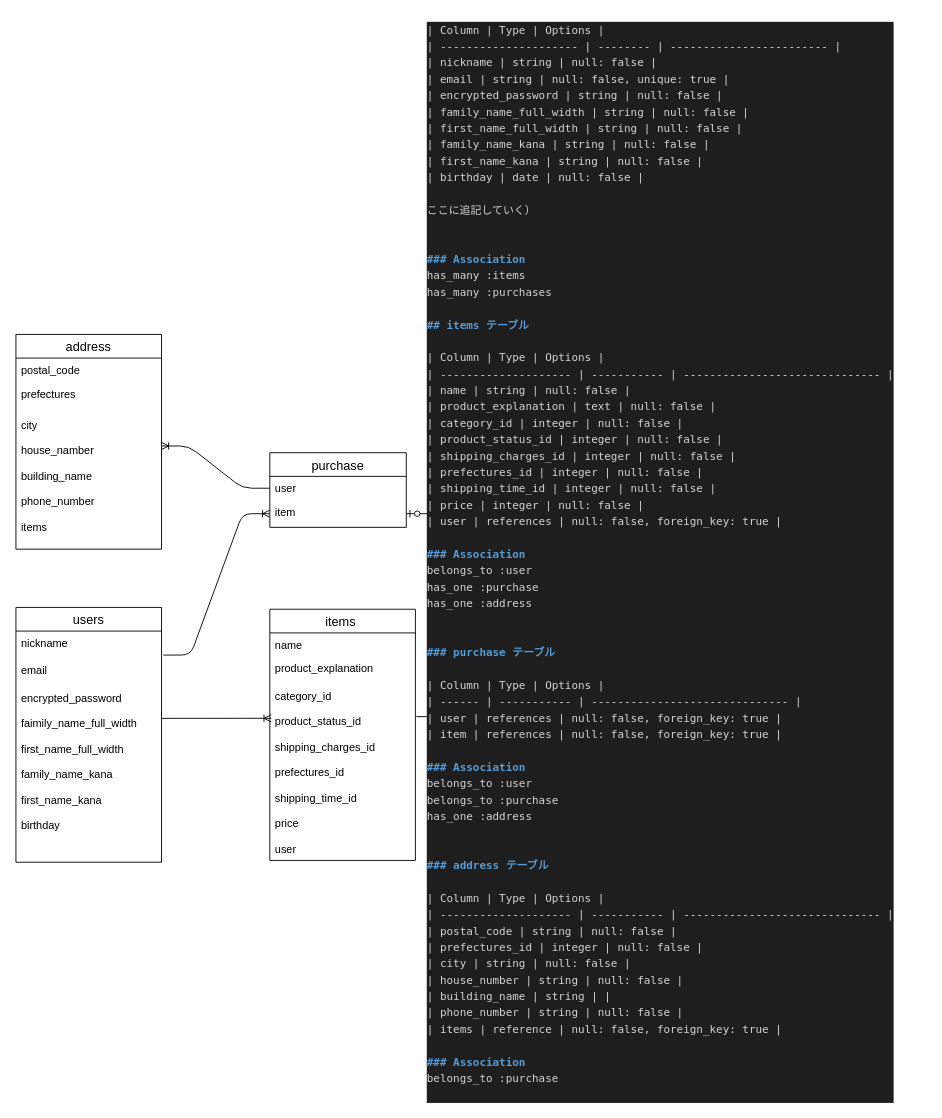
This is app/views/.dio from kuroitomu/furima-35604, a draw.io file, before an edit. Source tidied: cells renumbered, new cells numbered last; positions are measured from the earlier drawing's top-left corner, leaving out a move shared by most shapes. Both pictures are drawn from the tidied source at 91%, with x=0, y=0 at pixel (15, 15).
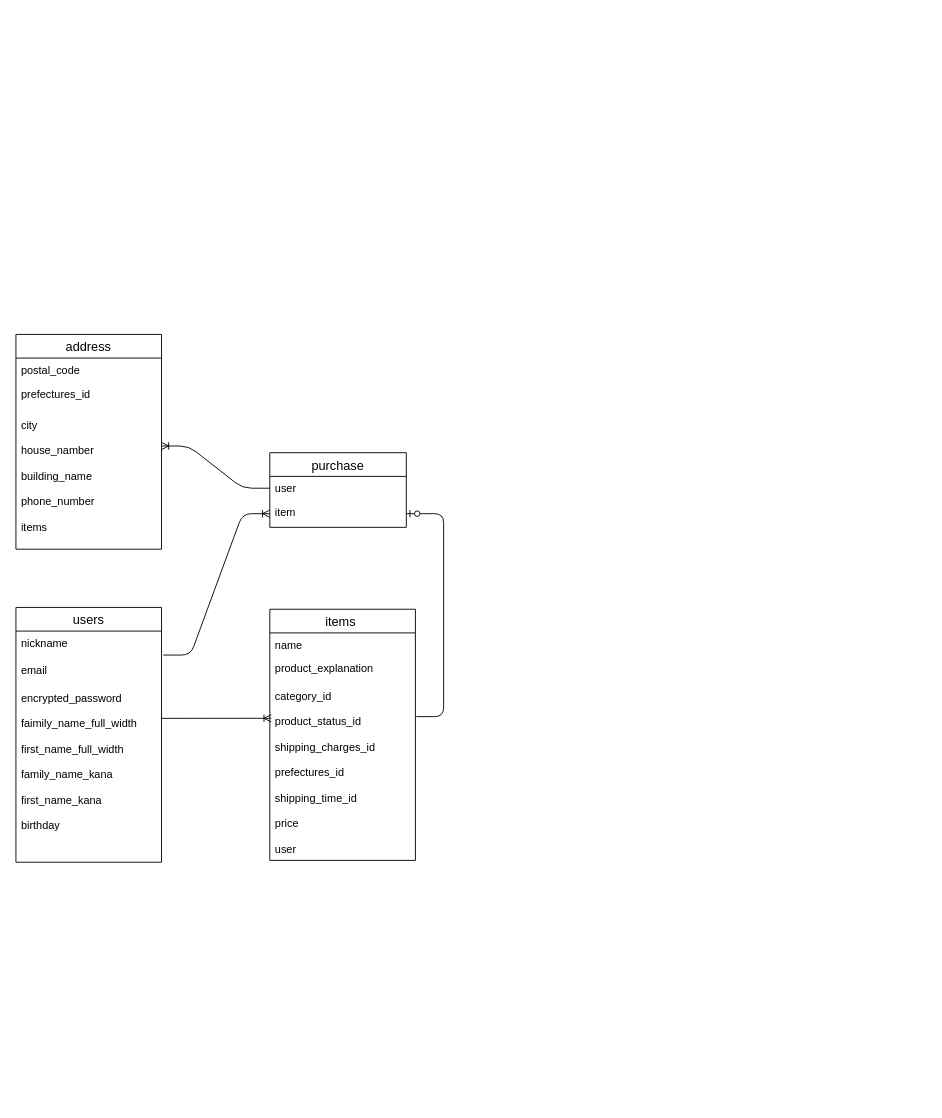
The same diagram, later.

Commit message:
ER図,README訂正７

The change refers to these unchanged cells:
```xml
<mxCell id="16" value="address" style="swimlane;fontStyle=0;horizontal=1;startSize=26;align=center;fontSize=14;" parent="1" vertex="1">
  <mxGeometry y="350" width="160" height="236" as="geometry" />
</mxCell>
```

Diff of the diagram source:
```diff
@@
-    <mxCell id="18" value="prefectures" style="text;strokeColor=none;fillColor=none;spacingLeft=4;spacingRight=4;overflow=hidden;fontSize=12;" parent="16" vertex="1">
+    <mxCell id="18" value="prefectures_id" style="text;strokeColor=none;fillColor=none;spacingLeft=4;spacingRight=4;overflow=hidden;fontSize=12;" parent="16" vertex="1">
       <mxGeometry y="52" width="160" height="34" as="geometry" />
     </mxCell>
@@
-    <mxCell id="24" value="&lt;div style=&quot;color: rgb(212, 212, 212); background-color: rgb(30, 30, 30); font-family: menlo, monaco, &amp;quot;courier new&amp;quot;, monospace; font-weight: normal; font-size: 12px; line-height: 18px;&quot;&gt;&lt;div&gt;&lt;span style=&quot;color: #d4d4d4&quot;&gt;|     Column             |    Type    |    Options                 |&lt;/span&gt;&lt;/div&gt;&lt;div&gt;&lt;span style=&quot;color: #d4d4d4&quot;&gt;| ---------------------  |  --------  |  ------------------------  |&lt;/span&gt;&lt;/div&gt;&lt;div&gt;&lt;span style=&quot;color: #d4d4d4&quot;&gt;| nickname               |   string   | null: false                |&lt;/span&gt;&lt;/div&gt;&lt;div&gt;&lt;span style=&quot;color: #d4d4d4&quot;&gt;| email                  |   string   | null: false, unique: true  |&lt;/span&gt;&lt;/div&gt;&lt;div&gt;&lt;span style=&quot;color: #d4d4d4&quot;&gt;| encrypted_password     |   string   | null: false                |&lt;/span&gt;&lt;/div&gt;&lt;div&gt;&lt;span style=&quot;color: #d4d4d4&quot;&gt;| family_name_full_width |   string   | null: false                |&lt;/span&gt;&lt;/div&gt;&lt;div&gt;&lt;span style=&quot;color: #d4d4d4&quot;&gt;| first_name_full_width  |   string   | null: false                |&lt;/span&gt;&lt;/div&gt;&lt;div&gt;&lt;span style=&quot;color: #d4d4d4&quot;&gt;| family_name_kana       |   string   | null: false                |&lt;/span&gt;&lt;/div&gt;&lt;div&gt;&lt;span style=&quot;color: #d4d4d4&quot;&gt;| first_name_kana        |   string   | null: false                |&lt;/span&gt;&lt;/div&gt;&lt;div&gt;&lt;span style=&quot;color: #d4d4d4&quot;&gt;| birthday               |   date     | null: false                |&lt;/span&gt;&lt;/div&gt;&lt;br&gt;&lt;div&gt;&lt;span style=&quot;color: #d4d4d4&quot;&gt;ここに追記していく）&lt;/span&gt;&lt;/div&gt;&lt;br&gt;&lt;br&gt;&lt;div&gt;&lt;span style=&quot;color: #569cd6 ; font-weight: bold&quot;&gt;### Association&lt;/span&gt;&lt;/div&gt;&lt;div&gt;&lt;span style=&quot;color: #d4d4d4&quot;&gt;  has_many :items&lt;/span&gt;&lt;/div&gt;&lt;div&gt;&lt;span style=&quot;color: #d4d4d4&quot;&gt;  has_many :purchases&lt;/span&gt;&lt;/div&gt;&lt;br&gt;&lt;div&gt;&lt;span style=&quot;color: #569cd6 ; font-weight: bold&quot;&gt;## items テーブル&lt;/span&gt;&lt;/div&gt;&lt;br&gt;&lt;div&gt;&lt;span style=&quot;color: #d4d4d4&quot;&gt;|     Column             |    Type      |    Options                       |&lt;/span&gt;&lt;/div&gt;&lt;div&gt;&lt;span style=&quot;color: #d4d4d4&quot;&gt;| --------------------   | -----------  |  ------------------------------  |&lt;/span&gt;&lt;/div&gt;&lt;div&gt;&lt;span style=&quot;color: #d4d4d4&quot;&gt;| name                   |  string      | null: false                      |&lt;/span&gt;&lt;/div&gt;&lt;div&gt;&lt;span style=&quot;color: #d4d4d4&quot;&gt;| product_explanation    |  text        | null: false                      |&lt;/span&gt;&lt;/div&gt;&lt;div&gt;&lt;span style=&quot;color: #d4d4d4&quot;&gt;| category_id            |  integer     | null: false                      |&lt;/span&gt;&lt;/div&gt;&lt;div&gt;&lt;span style=&quot;color: #d4d4d4&quot;&gt;| product_status_id      |  integer     | null: false                      |&lt;/span&gt;&lt;/div&gt;&lt;div&gt;&lt;span style=&quot;color: #d4d4d4&quot;&gt;| shipping_charges_id    |  integer     | null: false                      |&lt;/span&gt;&lt;/div&gt;&lt;div&gt;&lt;span style=&quot;color: #d4d4d4&quot;&gt;| prefectures_id         |  integer     | null: false                      |&lt;/span&gt;&lt;/div&gt;&lt;div&gt;&lt;span style=&quot;color: #d4d4d4&quot;&gt;| shipping_time_id       |  integer     | null: false                      |&lt;/span&gt;&lt;/div&gt;&lt;div&gt;&lt;span style=&quot;color: #d4d4d4&quot;&gt;| price                  |  integer     | null: false                      |&lt;/span&gt;&lt;/div&gt;&lt;div&gt;&lt;span style=&quot;color: #d4d4d4&quot;&gt;| user                   |  references  | null: false, foreign_key: true   |&lt;/span&gt;&lt;/div&gt;&lt;br&gt;&lt;div&gt;&lt;span style=&quot;color: #569cd6 ; font-weight: bold&quot;&gt;### Association&lt;/span&gt;&lt;/div&gt;&lt;div&gt;&lt;span style=&quot;color: #d4d4d4&quot;&gt;  belongs_to :user&lt;/span&gt;&lt;/div&gt;&lt;div&gt;&lt;span style=&quot;color: #d4d4d4&quot;&gt;  has_one    :purchase&lt;/span&gt;&lt;/div&gt;&lt;div&gt;&lt;span style=&quot;color: #d4d4d4&quot;&gt;  has_one    :address&lt;/span&gt;&lt;/div&gt;&lt;div&gt;&lt;span style=&quot;color: #d4d4d4&quot;&gt;  &lt;/span&gt;&lt;/div&gt;&lt;br&gt;&lt;br&gt;&lt;div&gt;&lt;span style=&quot;color: #569cd6 ; font-weight: bold&quot;&gt;### purchase テーブル&lt;/span&gt;&lt;/div&gt;&lt;br&gt;&lt;div&gt;&lt;span style=&quot;color: #d4d4d4&quot;&gt;| Column  |    Type      |    Options                       |&lt;/span&gt;&lt;/div&gt;&lt;div&gt;&lt;span style=&quot;color: #d4d4d4&quot;&gt;| ------  | -----------  |  ------------------------------  |&lt;/span&gt;&lt;/div&gt;&lt;div&gt;&lt;span style=&quot;color: #d4d4d4&quot;&gt;| user    |  references  | null: false, foreign_key: true   |&lt;/span&gt;&lt;/div&gt;&lt;div&gt;&lt;span style=&quot;color: #d4d4d4&quot;&gt;| item    |  references  | null: false, foreign_key: true   |&lt;/span&gt;&lt;/div&gt;&lt;br&gt;&lt;div&gt;&lt;span style=&quot;color: #569cd6 ; font-weight: bold&quot;&gt;### Association&lt;/span&gt;&lt;/div&gt;&lt;div&gt;&lt;span style=&quot;color: #d4d4d4&quot;&gt;  belongs_to :user&lt;/span&gt;&lt;/div&gt;&lt;div&gt;&lt;span style=&quot;color: #d4d4d4&quot;&gt;  belongs_to :purchase&lt;/span&gt;&lt;/div&gt;&lt;div&gt;&lt;span style=&quot;color: #d4d4d4&quot;&gt;  has_one :address&lt;/span&gt;&lt;/div&gt;&lt;br&gt;&lt;br&gt;&lt;div&gt;&lt;span style=&quot;color: #569cd6 ; font-weight: bold&quot;&gt;### address テーブル&lt;/span&gt;&lt;/div&gt;&lt;br&gt;&lt;div&gt;&lt;span style=&quot;color: #d4d4d4&quot;&gt;|     Column             |    Type      |    Options                       |&lt;/span&gt;&lt;/div&gt;&lt;div&gt;&lt;span style=&quot;color: #d4d4d4&quot;&gt;| --------------------   | -----------  |  ------------------------------  |&lt;/span&gt;&lt;/div&gt;&lt;div&gt;&lt;span style=&quot;color: #d4d4d4&quot;&gt;| postal_code            |  string      | null: false                      |&lt;/span&gt;&lt;/div&gt;&lt;div&gt;&lt;span style=&quot;color: #d4d4d4&quot;&gt;| prefectures_id         |  integer     | null: false                      |&lt;/span&gt;&lt;/div&gt;&lt;div&gt;&lt;span style=&quot;color: #d4d4d4&quot;&gt;| city                   |  string      | null: false                      |&lt;/span&gt;&lt;/div&gt;&lt;div&gt;&lt;span style=&quot;color: #d4d4d4&quot;&gt;| house_number           |  string      | null: false                      |&lt;/span&gt;&lt;/div&gt;&lt;div&gt;&lt;span style=&quot;color: #d4d4d4&quot;&gt;| building_name          |  string      |                                  |&lt;/span&gt;&lt;/div&gt;&lt;div&gt;&lt;span style=&quot;color: #d4d4d4&quot;&gt;| phone_number           |  string      | null: false                      |&lt;/span&gt;&lt;/div&gt;&lt;div&gt;&lt;span style=&quot;color: #d4d4d4&quot;&gt;| items                  |  reference  | null: false, foreign_key: true   |&lt;/span&gt;&lt;/div&gt;&lt;br&gt;&lt;div&gt;&lt;span style=&quot;color: #569cd6 ; font-weight: bold&quot;&gt;### Association&lt;/span&gt;&lt;/div&gt;&lt;div&gt;&lt;span style=&quot;color: #d4d4d4&quot;&gt; belongs_to :purchase&lt;/span&gt;&lt;/div&gt;&lt;br&gt;&lt;/div&gt;" style="text;whiteSpace=wrap;html=1;" parent="1" vertex="1">
-      <mxGeometry x="450" width="550" height="1170" as="geometry" />
-    </mxCell>
```
